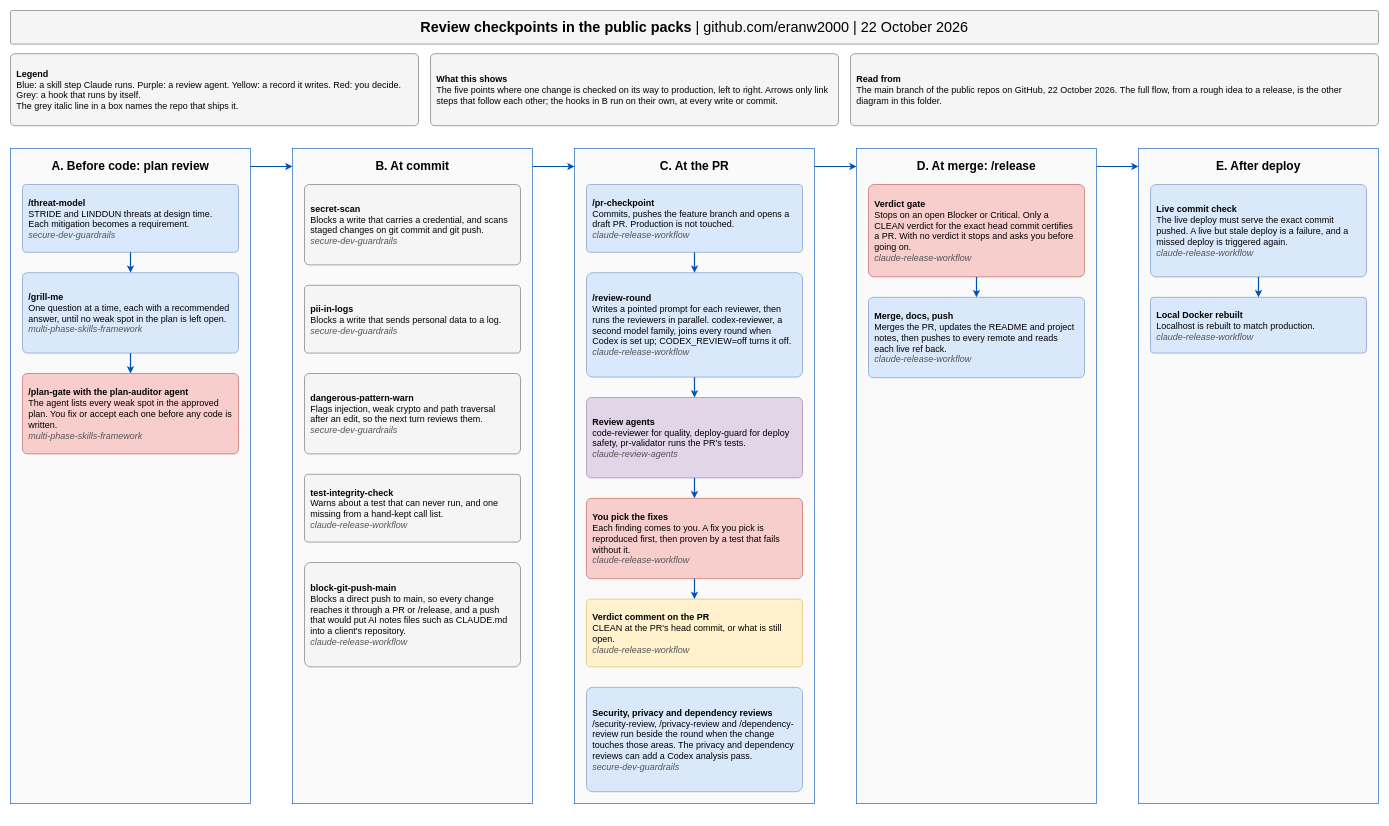
The draw.io diagram docs/review-checkpoints.drawio in eranw2000/eranw2000, before the edit. Source tidied: cells renumbered, new cells numbered last; positions are measured from the earlier drawing's top-left corner, leaving out a move shared by most shapes. Both pictures are drawn from the tidied source at 60%, with x=0, y=0 at pixel (10, 10).
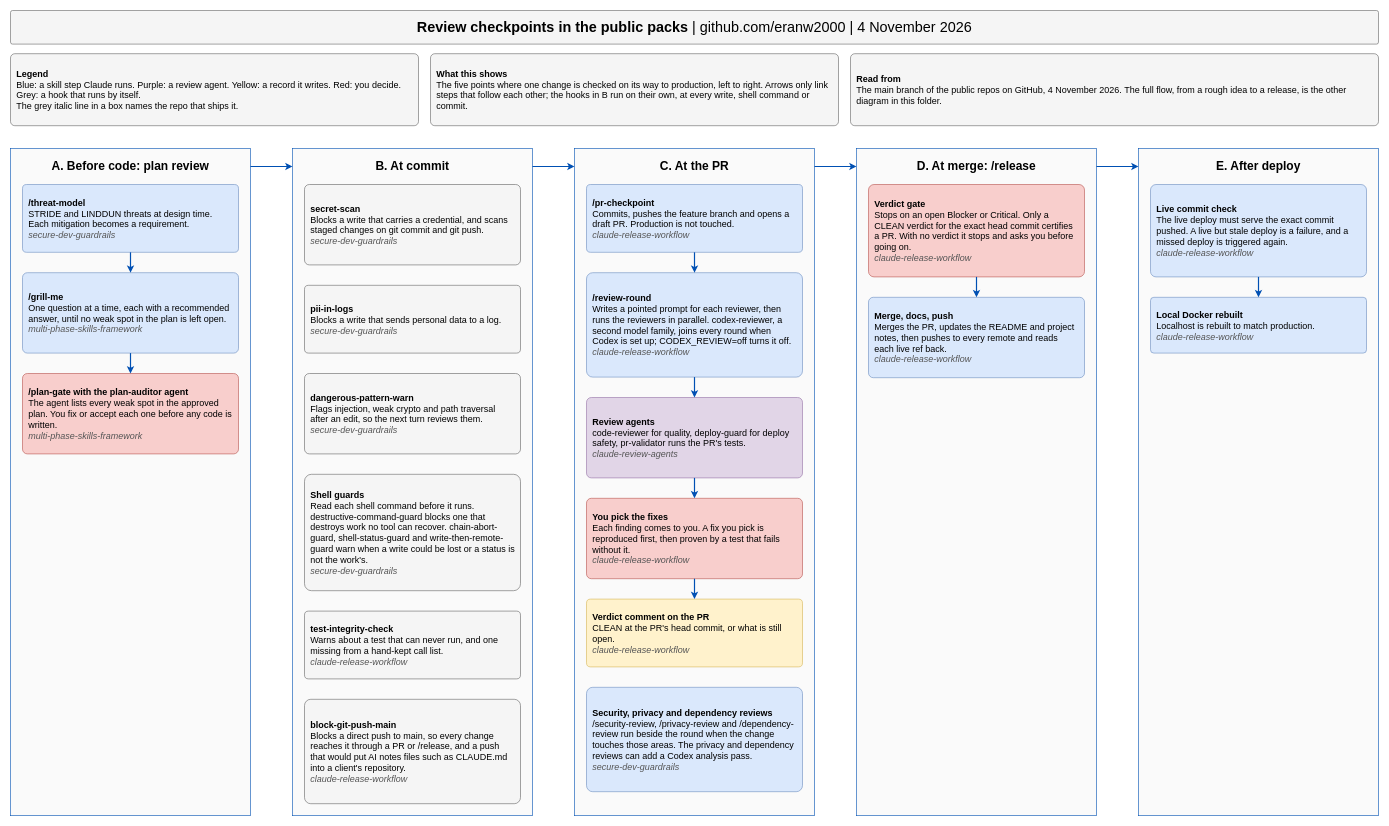
The same diagram, later.

Commit message (it also covers changes not shown here):
Flow and review-checkpoint diagrams name the four shell guards

The edit, as a diff of the source:
```diff
@@
-    <mxCell id="2" value="&lt;b&gt;Review checkpoints in the public packs&lt;/b&gt;  |  github.com/eranw2000  |  22 October 2026" style="rounded=1;arcSize=6;whiteSpace=wrap;fontSize=24;fontFamily=Helvetica;spacing=10;align=center;verticalAlign=middle;fillColor=#f5f5f5;strokeColor=#666666;html=1;" parent="1" vertex="1">
+    <mxCell id="2" value="&lt;b&gt;Review checkpoints in the public packs&lt;/b&gt;  |  github.com/eranw2000  |  4 November 2026" style="rounded=1;arcSize=6;whiteSpace=wrap;fontSize=24;fontFamily=Helvetica;spacing=10;align=center;verticalAlign=middle;fillColor=#f5f5f5;strokeColor=#666666;html=1;" parent="1" vertex="1">
       <mxGeometry width="2280" height="56" as="geometry" />
     </mxCell>
@@
-    <mxCell id="4" value="&lt;b&gt;What this shows&lt;/b&gt;&lt;br&gt;The five points where one change is checked on its way to production, left to right. Arrows only link steps that follow each other; the hooks in B run on their own, at every write or commit." style="rounded=1;arcSize=6;whiteSpace=wrap;fontSize=15;fontFamily=Helvetica;spacing=10;align=left;verticalAlign=middle;fillColor=#f5f5f5;strokeColor=#666666;html=1;" parent="1" vertex="1">
+    <mxCell id="4" value="&lt;b&gt;What this shows&lt;/b&gt;&lt;br&gt;The five points where one change is checked on its way to production, left to right. Arrows only link steps that follow each other; the hooks in B run on their own, at every write, shell command or commit." style="rounded=1;arcSize=6;whiteSpace=wrap;fontSize=15;fontFamily=Helvetica;spacing=10;align=left;verticalAlign=middle;fillColor=#f5f5f5;strokeColor=#666666;html=1;" parent="1" vertex="1">
       <mxGeometry x="700" y="72" width="680" height="120" as="geometry" />
     </mxCell>
-    <mxCell id="5" value="&lt;b&gt;Read from&lt;/b&gt;&lt;br&gt;The main branch of the public repos on GitHub, 22 October 2026. The full flow, from a rough idea to a release, is the other diagram in this folder." style="rounded=1;arcSize=6;whiteSpace=wrap;fontSize=15;fontFamily=Helvetica;spacing=10;align=left;verticalAlign=middle;fillColor=#f5f5f5;strokeColor=#666666;html=1;" parent="1" vertex="1">
+    <mxCell id="5" value="&lt;b&gt;Read from&lt;/b&gt;&lt;br&gt;The main branch of the public repos on GitHub, 4 November 2026. The full flow, from a rough idea to a release, is the other diagram in this folder." style="rounded=1;arcSize=6;whiteSpace=wrap;fontSize=15;fontFamily=Helvetica;spacing=10;align=left;verticalAlign=middle;fillColor=#f5f5f5;strokeColor=#666666;html=1;" parent="1" vertex="1">
       <mxGeometry x="1400" y="72" width="880" height="120" as="geometry" />
     </mxCell>
     <mxCell id="6" value="A. Before code: plan review" style="rounded=0;whiteSpace=wrap;fillColor=#fafafa;strokeColor=#0050b3;fontStyle=1;fontSize=20;verticalAlign=top;align=center;spacingTop=10;fontFamily=Helvetica;html=1;" parent="1" vertex="1">
-      <mxGeometry y="230" width="400" height="1092" as="geometry" />
+      <mxGeometry y="230" width="400" height="1112" as="geometry" />
     </mxCell>
@@
     <mxCell id="10" value="B. At commit" style="rounded=0;whiteSpace=wrap;fillColor=#fafafa;strokeColor=#0050b3;fontStyle=1;fontSize=20;verticalAlign=top;align=center;spacingTop=10;fontFamily=Helvetica;html=1;" parent="1" vertex="1">
-      <mxGeometry x="470" y="230" width="400" height="1092" as="geometry" />
+      <mxGeometry x="470" y="230" width="400" height="1112" as="geometry" />
     </mxCell>
@@
+    <mxCell id="41" value="&lt;b&gt;Shell guards&lt;/b&gt;&lt;br&gt;Read each shell command before it runs. destructive-command-guard blocks one that destroys work no tool can recover. chain-abort-guard, shell-status-guard and write-then-remote-guard warn when a write could be lost or a status is not the work&amp;#x27;s.&lt;br&gt;&lt;i&gt;&lt;font color=&quot;#555555&quot;&gt;secure-dev-guardrails&lt;/font&gt;&lt;/i&gt;" style="rounded=1;arcSize=6;whiteSpace=wrap;fontSize=15;fontFamily=Helvetica;spacing=10;align=left;verticalAlign=middle;fillColor=#f5f5f5;strokeColor=#666666;html=1;" parent="10" vertex="1">
+      <mxGeometry x="20" y="543" width="360" height="194" as="geometry" />
+    </mxCell>
     <mxCell id="14" value="&lt;b&gt;test-integrity-check&lt;/b&gt;&lt;br&gt;Warns about a test that can never run, and one missing from a hand-kept call list.&lt;br&gt;&lt;i&gt;&lt;font color=&quot;#555555&quot;&gt;claude-release-workflow&lt;/font&gt;&lt;/i&gt;" style="rounded=1;arcSize=6;whiteSpace=wrap;fontSize=15;fontFamily=Helvetica;spacing=10;align=left;verticalAlign=middle;fillColor=#f5f5f5;strokeColor=#666666;html=1;" parent="10" vertex="1">
-      <mxGeometry x="20" y="543" width="360" height="113" as="geometry" />
+      <mxGeometry x="20" y="771" width="360" height="113" as="geometry" />
     </mxCell>
     <mxCell id="15" value="&lt;b&gt;block-git-push-main&lt;/b&gt;&lt;br&gt;Blocks a direct push to main, so every change reaches it through a PR or /release, and a push that would put AI notes files such as CLAUDE.md into a client&amp;#x27;s repository.&lt;br&gt;&lt;i&gt;&lt;font color=&quot;#555555&quot;&gt;claude-release-workflow&lt;/font&gt;&lt;/i&gt;" style="rounded=1;arcSize=6;whiteSpace=wrap;fontSize=15;fontFamily=Helvetica;spacing=10;align=left;verticalAlign=middle;fillColor=#f5f5f5;strokeColor=#666666;html=1;" parent="10" vertex="1">
-      <mxGeometry x="20" y="690" width="360" height="174" as="geometry" />
+      <mxGeometry x="20" y="918" width="360" height="174" as="geometry" />
     </mxCell>
     <mxCell id="16" value="C. At the PR" style="rounded=0;whiteSpace=wrap;fillColor=#fafafa;strokeColor=#0050b3;fontStyle=1;fontSize=20;verticalAlign=top;align=center;spacingTop=10;fontFamily=Helvetica;html=1;" parent="1" vertex="1">
-      <mxGeometry x="940" y="230" width="400" height="1092" as="geometry" />
+      <mxGeometry x="940" y="230" width="400" height="1112" as="geometry" />
     </mxCell>
@@
     <mxCell id="23" value="D. At merge: /release" style="rounded=0;whiteSpace=wrap;fillColor=#fafafa;strokeColor=#0050b3;fontStyle=1;fontSize=20;verticalAlign=top;align=center;spacingTop=10;fontFamily=Helvetica;html=1;" parent="1" vertex="1">
-      <mxGeometry x="1410" y="230" width="400" height="1092" as="geometry" />
+      <mxGeometry x="1410" y="230" width="400" height="1112" as="geometry" />
     </mxCell>
@@
     <mxCell id="26" value="E. After deploy" style="rounded=0;whiteSpace=wrap;fillColor=#fafafa;strokeColor=#0050b3;fontStyle=1;fontSize=20;verticalAlign=top;align=center;spacingTop=10;fontFamily=Helvetica;html=1;" parent="1" vertex="1">
-      <mxGeometry x="1880" y="230" width="400" height="1092" as="geometry" />
+      <mxGeometry x="1880" y="230" width="400" height="1112" as="geometry" />
     </mxCell>
```
